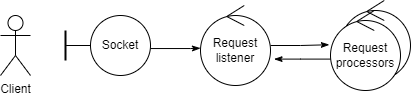
Earlier version of the draw.io export imgs/robustez_simple.drawio.png (FrancoBar/Distribuidos-Tp2). Source tidied: cells renumbered, new cells last; positions are measured from the earlier drawing's top-left corner, leaving out a move shared by most shapes. The source it was exported from:
```xml
<mxGraphModel>
  <root>
    <mxCell id="0" />
    <mxCell id="1" parent="0" />
    <mxCell id="2" value="Client" style="shape=umlActor;verticalLabelPosition=bottom;verticalAlign=top;html=1;" parent="1" vertex="1">
      <mxGeometry y="15" width="30" height="60" as="geometry" />
    </mxCell>
    <mxCell id="3" style="edgeStyle=orthogonalEdgeStyle;rounded=0;jettySize=auto;html=1;endArrow=none;endFill=0;entryX=0.5;entryY=0.44;entryDx=0;entryDy=0;entryPerimeter=0;" parent="1" edge="1" source="5" target="6">
      <mxGeometry relative="1" as="geometry" />
    </mxCell>
    <mxCell id="4" style="edgeStyle=orthogonalEdgeStyle;rounded=0;jettySize=auto;html=1;entryX=0;entryY=0.534;entryDx=0;entryDy=0;entryPerimeter=0;endArrow=classicThin;endFill=1;" parent="1" edge="1" source="5" target="8">
      <mxGeometry relative="1" as="geometry">
        <Array as="points">
          <mxPoint x="190" y="48" />
          <mxPoint x="190" y="48" />
        </Array>
      </mxGeometry>
    </mxCell>
    <mxCell id="5" value="Socket" style="ellipse;whiteSpace=wrap;html=1;" parent="1" vertex="1">
      <mxGeometry x="90" y="15" width="60" height="60" as="geometry" />
    </mxCell>
    <mxCell id="6" style="line;strokeWidth=2;direction=south;html=1;" parent="1" vertex="1">
      <mxGeometry x="60" y="30" width="10" height="30" as="geometry" />
    </mxCell>
    <mxCell id="7" style="edgeStyle=orthogonalEdgeStyle;rounded=0;jettySize=auto;html=1;endArrow=classicThin;endFill=1;entryX=-0.017;entryY=0.428;entryDx=0;entryDy=0;entryPerimeter=0;" parent="1" edge="1" source="8" target="11">
      <mxGeometry relative="1" as="geometry" />
    </mxCell>
    <mxCell id="8" value="Request listener" style="ellipse;shape=umlControl;whiteSpace=wrap;html=1;" parent="1" vertex="1">
      <mxGeometry x="200" y="5" width="70" height="80" as="geometry" />
    </mxCell>
    <mxCell id="9" style="ellipse;shape=umlControl;whiteSpace=wrap;html=1;" parent="1" vertex="1">
      <mxGeometry x="340" width="70" height="80" as="geometry" />
    </mxCell>
    <mxCell id="10" style="edgeStyle=orthogonalEdgeStyle;rounded=0;jettySize=auto;html=1;entryX=1.051;entryY=0.67;entryDx=0;entryDy=0;entryPerimeter=0;endArrow=classicThin;endFill=1;" parent="1" edge="1" source="11" target="8">
      <mxGeometry relative="1" as="geometry">
        <Array as="points">
          <mxPoint x="300" y="59" />
        </Array>
      </mxGeometry>
    </mxCell>
    <mxCell id="11" value="Request processors" style="ellipse;shape=umlControl;whiteSpace=wrap;html=1;" parent="1" vertex="1">
      <mxGeometry x="330" y="10" width="70" height="80" as="geometry" />
    </mxCell>
  </root>
</mxGraphModel>
```
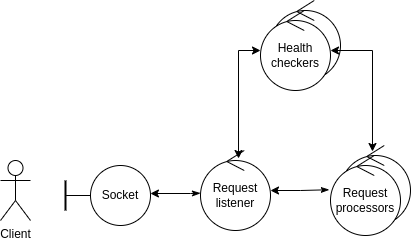
After the commit.

Commit message:
Add new simple diagram update

What changed in the source:
```diff
@@ -8,8 +8,10 @@
     <mxCell id="3" style="edgeStyle=orthogonalEdgeStyle;rounded=0;jettySize=auto;html=1;endArrow=none;endFill=0;entryX=0.5;entryY=0.44;entryDx=0;entryDy=0;entryPerimeter=0;" parent="1" edge="1" source="5" target="6">
       <mxGeometry relative="1" as="geometry" />
     </mxCell>
-    <mxCell id="4" style="edgeStyle=orthogonalEdgeStyle;rounded=0;jettySize=auto;html=1;entryX=0;entryY=0.534;entryDx=0;entryDy=0;entryPerimeter=0;endArrow=classicThin;endFill=1;" parent="1" edge="1" source="5" target="8">
+    <mxCell id="4" style="edgeStyle=orthogonalEdgeStyle;rounded=0;orthogonalLoop=1;jettySize=auto;html=1;entryX=0;entryY=0.534;entryDx=0;entryDy=0;entryPerimeter=0;endArrow=classicThin;endFill=1;startArrow=classic;startFill=1;" parent="1" edge="1">
       <mxGeometry relative="1" as="geometry">
+        <mxPoint x="149.9" y="48" as="sourcePoint" />
+        <mxPoint x="200" y="47.7" as="targetPoint" />
         <Array as="points">
           <mxPoint x="190" y="48" />
           <mxPoint x="190" y="48" />
@@ -17,12 +19,12 @@
       </mxGeometry>
     </mxCell>
     <mxCell id="5" value="Socket" style="ellipse;whiteSpace=wrap;html=1;" parent="1" vertex="1">
-      <mxGeometry x="90" y="15" width="60" height="60" as="geometry" />
+      <mxGeometry x="90" y="20" width="60" height="60" as="geometry" />
     </mxCell>
     <mxCell id="6" style="line;strokeWidth=2;direction=south;html=1;" parent="1" vertex="1">
-      <mxGeometry x="60" y="30" width="10" height="30" as="geometry" />
+      <mxGeometry x="60" y="35" width="10" height="30" as="geometry" />
     </mxCell>
-    <mxCell id="7" style="edgeStyle=orthogonalEdgeStyle;rounded=0;jettySize=auto;html=1;endArrow=classicThin;endFill=1;entryX=-0.017;entryY=0.428;entryDx=0;entryDy=0;entryPerimeter=0;" parent="1" edge="1" source="8" target="11">
+    <mxCell id="7" style="edgeStyle=orthogonalEdgeStyle;rounded=0;jettySize=auto;html=1;endArrow=classicThin;endFill=1;entryX=-0.017;entryY=0.428;entryDx=0;entryDy=0;entryPerimeter=0;startArrow=classic;startFill=1;" parent="1" edge="1" source="8" target="11">
       <mxGeometry relative="1" as="geometry" />
     </mxCell>
     <mxCell id="8" value="Request listener" style="ellipse;shape=umlControl;whiteSpace=wrap;html=1;" parent="1" vertex="1">
@@ -31,15 +33,24 @@
     <mxCell id="9" style="ellipse;shape=umlControl;whiteSpace=wrap;html=1;" parent="1" vertex="1">
       <mxGeometry x="340" width="70" height="80" as="geometry" />
     </mxCell>
-    <mxCell id="10" style="edgeStyle=orthogonalEdgeStyle;rounded=0;jettySize=auto;html=1;entryX=1.051;entryY=0.67;entryDx=0;entryDy=0;entryPerimeter=0;endArrow=classicThin;endFill=1;" parent="1" edge="1" source="11" target="8">
-      <mxGeometry relative="1" as="geometry">
-        <Array as="points">
-          <mxPoint x="300" y="59" />
-        </Array>
-      </mxGeometry>
-    </mxCell>
     <mxCell id="11" value="Request processors" style="ellipse;shape=umlControl;whiteSpace=wrap;html=1;" parent="1" vertex="1">
       <mxGeometry x="330" y="10" width="70" height="80" as="geometry" />
     </mxCell>
+    <mxCell id="12" value="Health checkers" style="ellipse;shape=umlControl;whiteSpace=wrap;html=1;" parent="1" vertex="1">
+      <mxGeometry x="270" y="-145" width="70" height="80" as="geometry" />
+    </mxCell>
+    <mxCell id="13" style="edgeStyle=orthogonalEdgeStyle;rounded=0;jettySize=auto;html=1;entryX=0.457;entryY=0.075;entryDx=0;entryDy=0;entryPerimeter=0;startArrow=classic;startFill=1;" parent="1" edge="1" source="15" target="9">
+      <mxGeometry relative="1" as="geometry" />
+    </mxCell>
+    <mxCell id="14" style="edgeStyle=orthogonalEdgeStyle;rounded=0;jettySize=auto;html=1;entryX=0.543;entryY=0.1;entryDx=0;entryDy=0;entryPerimeter=0;startArrow=classic;startFill=1;" parent="1" edge="1" source="15" target="8">
+      <mxGeometry relative="1" as="geometry">
+        <Array as="points">
+          <mxPoint x="238" y="-95" />
+        </Array>
+      </mxGeometry>
+    </mxCell>
+    <mxCell id="15" value="Health checkers" style="ellipse;shape=umlControl;whiteSpace=wrap;html=1;" parent="1" vertex="1">
+      <mxGeometry x="260" y="-135" width="70" height="80" as="geometry" />
+    </mxCell>
   </root>
 </mxGraphModel>
```
